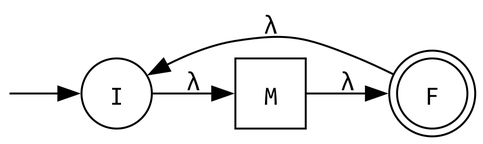
Before: prácticas/p02/assets/ej04b.png, a diagram exported from Graphviz (honi/uba-tleng). Its source is kept beside it as prácticas/p02/assets/ej04b.dot.
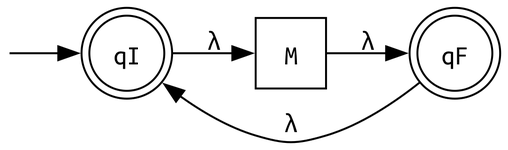
The same diagram one commit later.

Diff of the diagram source:
```diff
@@ -4,12 +4,12 @@
 	fontname="Ubuntu Mono"
 	node [fontname="Ubuntu Mono", width=0.5]
 	edge [fontname="Ubuntu Mono"]
-	node [shape=doublecircle]; F
+	node [shape=doublecircle]; qI qF
 	node [shape=circle]
 	M [shape=square]
 	start [label="", shape=none, width=0, height=0]
-	start -> I
-	I -> M [label="λ"]
-	M -> F [label="λ"]
-	F -> I [label="λ", constraint=false]
+	start -> qI
+	qI -> M [label="λ"]
+	M -> qF [label="λ"]
+	qF -> qI [label="λ", constraint=false]
 }
```
